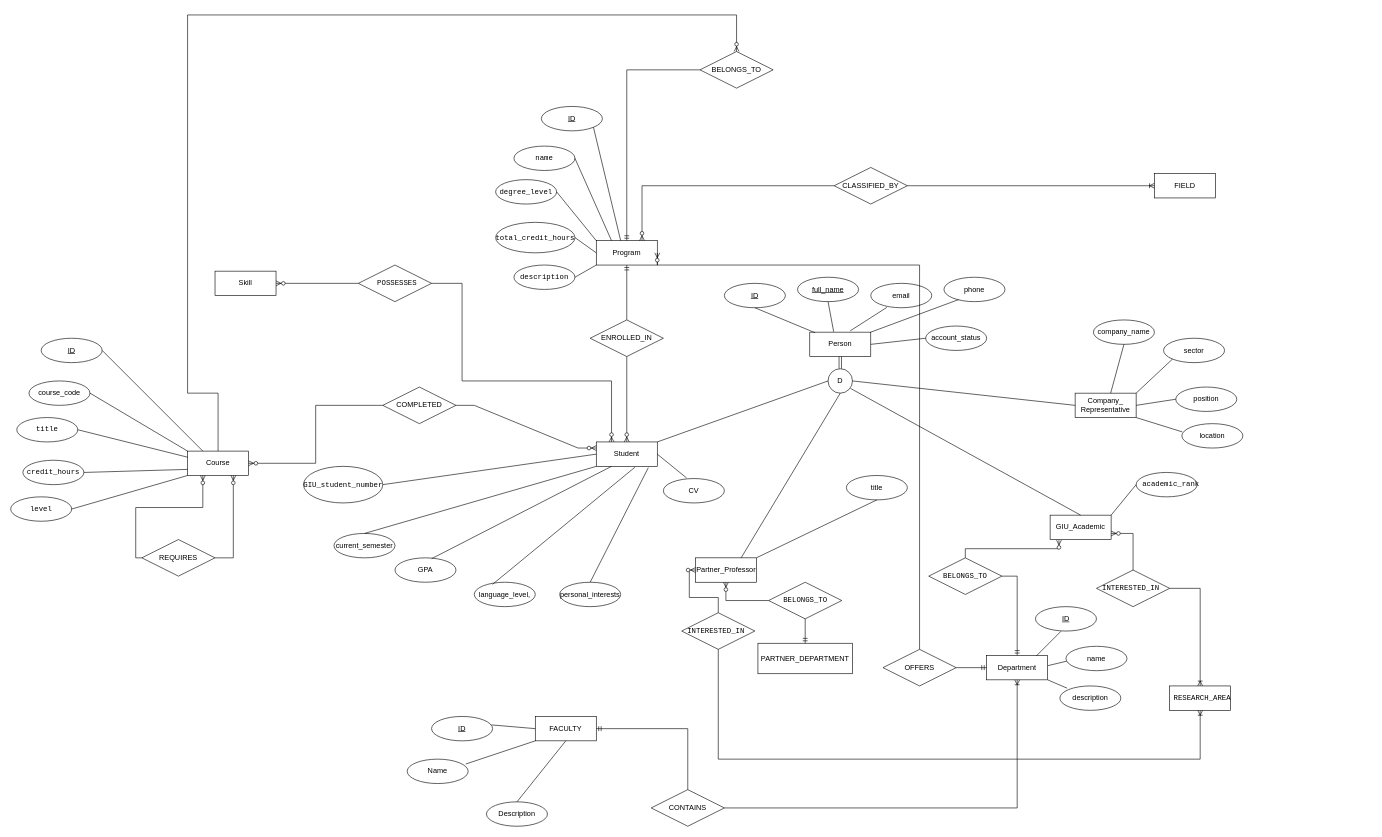
This is 01_People_Academic.drawio from kniveexe/giu-germany-connect, a draw.io file, before an edit. Source tidied: cells renumbered, new cells numbered last; positions are measured from the earlier drawing's top-left corner, leaving out a move shared by most shapes. Both pictures are drawn from the tidied source at 61%, with x=0, y=0 at pixel (10, 15).
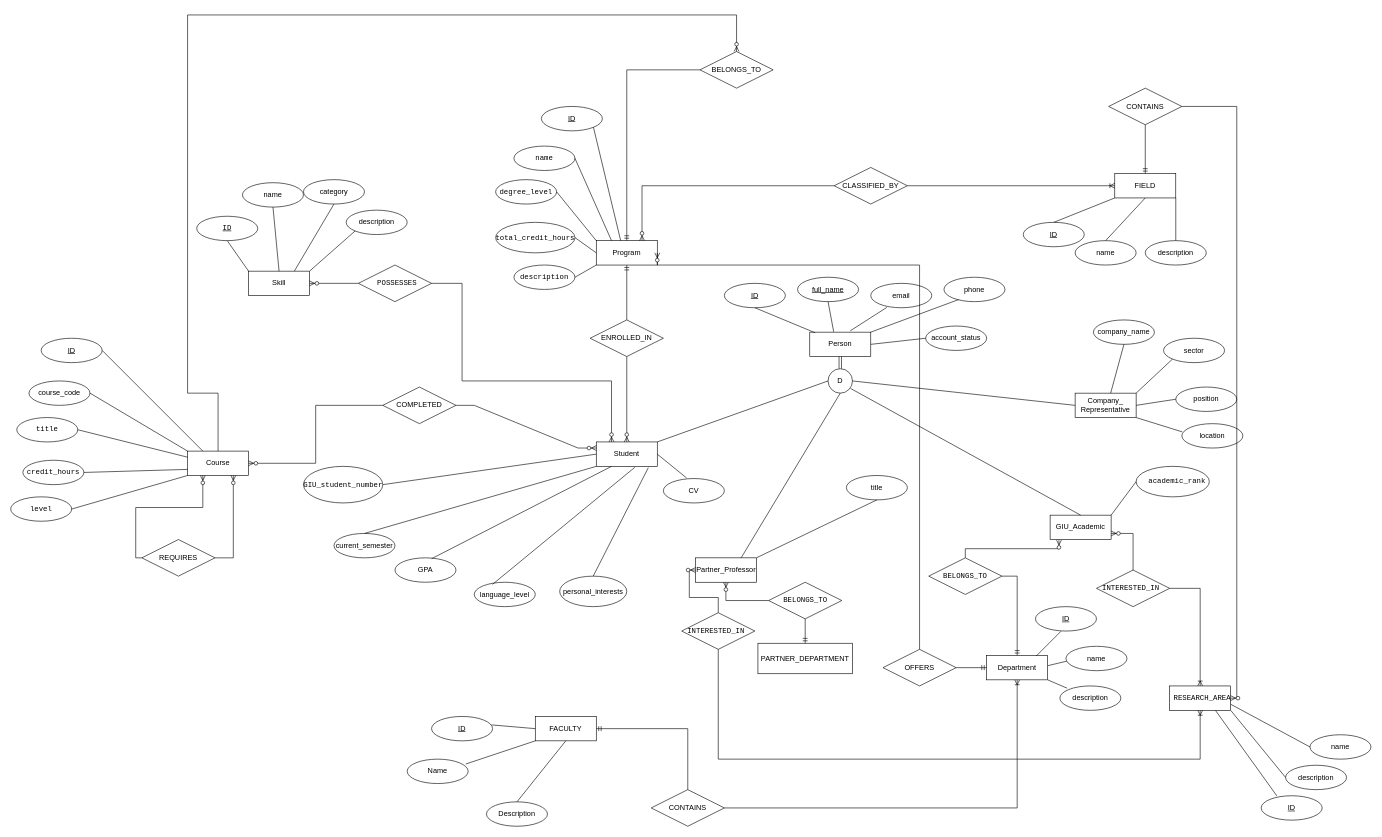
After the change.

Unchanged cells that the change refers to:
```xml
<mxCell id="53" value="&lt;pre dir=&quot;ltr&quot;&gt;&lt;code&gt; RESEARCH_AREA&lt;/code&gt;&lt;/pre&gt;" style="whiteSpace=wrap;html=1;align=center;" parent="1" vertex="1">
  <mxGeometry x="1900" y="1100" width="100" height="40" as="geometry" />
</mxCell>
```

Diff of the diagram source:
```diff
@@
-    <mxCell id="25" value="language_level," style="ellipse;whiteSpace=wrap;html=1;align=center;" parent="1" vertex="1">
+    <mxCell id="25" value="language_level" style="ellipse;whiteSpace=wrap;html=1;align=center;" parent="1" vertex="1">
       <mxGeometry x="760" y="930" width="100" height="40" as="geometry" />
     </mxCell>
     <mxCell id="26" value="personal_interests" style="ellipse;whiteSpace=wrap;html=1;align=center;" parent="1" vertex="1">
-      <mxGeometry x="900" y="930" width="100" height="40" as="geometry" />
+      <mxGeometry x="900" y="920" width="110" height="50" as="geometry" />
     </mxCell>
@@
     <mxCell id="35" value="Skill" style="whiteSpace=wrap;html=1;align=center;" parent="1" vertex="1">
-      <mxGeometry x="335" y="420" width="100" height="40" as="geometry" />
+      <mxGeometry x="390" y="420" width="100" height="40" as="geometry" />
     </mxCell>
@@
     <mxCell id="43" value="&lt;pre dir=&quot;ltr&quot;&gt;&lt;code&gt;  academic_rank&lt;/code&gt;&lt;/pre&gt;" style="ellipse;whiteSpace=wrap;html=1;align=center;" parent="1" vertex="1">
-      <mxGeometry x="1845" y="750" width="100" height="40" as="geometry" />
+      <mxGeometry x="1845" y="740" width="120" height="50" as="geometry" />
     </mxCell>
@@
     <mxCell id="95" value="FIELD" style="whiteSpace=wrap;html=1;align=center;" parent="1" vertex="1">
-      <mxGeometry x="1875" y="260" width="100" height="40" as="geometry" />
+      <mxGeometry x="1810" y="260" width="100" height="40" as="geometry" />
     </mxCell>
@@
+    <mxCell id="124" value="CONTAINS" style="shape=rhombus;perimeter=rhombusPerimeter;whiteSpace=wrap;html=1;align=center;" parent="1" vertex="1">
+      <mxGeometry x="1800" y="120" width="120" height="60" as="geometry" />
+    </mxCell>
+    <mxCell id="125" style="fontSize=12;html=1;endArrow=ERmandOne;rounded=0;entryX=0.5;entryY=0;entryDx=0;entryDy=0;exitX=0.5;exitY=1;exitDx=0;exitDy=0;" parent="1" edge="1" source="124" target="95">
+      <mxGeometry relative="1" as="geometry" />
+    </mxCell>
+    <mxCell id="126" value=" " style="fontSize=12;html=1;endArrow=ERzeroToMany;endFill=1;rounded=0;entryX=1;entryY=0.5;entryDx=0;entryDy=0;edgeStyle=orthogonalEdgeStyle;exitX=1;exitY=0.5;exitDx=0;exitDy=0;" parent="1" edge="1" source="124" target="53">
+      <mxGeometry relative="1" as="geometry" />
+    </mxCell>
+    <mxCell id="127" value="name" style="ellipse;whiteSpace=wrap;html=1;align=center;" parent="1" vertex="1">
+      <mxGeometry x="2130" y="1180" width="100" height="40" as="geometry" />
+    </mxCell>
+    <mxCell id="128" value="description" style="ellipse;whiteSpace=wrap;html=1;align=center;" parent="1" vertex="1">
+      <mxGeometry x="2090" y="1230" width="100" height="40" as="geometry" />
+    </mxCell>
+    <mxCell id="129" value="ID" style="ellipse;whiteSpace=wrap;html=1;align=center;fontStyle=4;" parent="1" vertex="1">
+      <mxGeometry x="2050" y="1280" width="100" height="40" as="geometry" />
+    </mxCell>
+    <mxCell id="130" style="endArrow=none;html=1;rounded=0;entryX=0.257;entryY=0.006;entryDx=0;entryDy=0;entryPerimeter=0;exitX=0.75;exitY=1;exitDx=0;exitDy=0;" parent="1" edge="1" source="53" target="129">
+      <mxGeometry relative="1" as="geometry" />
+    </mxCell>
+    <mxCell id="131" style="endArrow=none;html=1;rounded=0;entryX=0;entryY=0.5;entryDx=0;entryDy=0;exitX=1;exitY=1;exitDx=0;exitDy=0;" parent="1" edge="1" source="53" target="128">
+      <mxGeometry relative="1" as="geometry" />
+    </mxCell>
+    <mxCell id="132" style="endArrow=none;html=1;rounded=0;entryX=0;entryY=0.5;entryDx=0;entryDy=0;exitX=1;exitY=0.75;exitDx=0;exitDy=0;" parent="1" edge="1" source="53" target="127">
+      <mxGeometry relative="1" as="geometry" />
+    </mxCell>
+    <mxCell id="133" value="&lt;pre dir=&quot;ltr&quot;&gt;&lt;code&gt;ID&lt;/code&gt;&lt;/pre&gt;" style="ellipse;whiteSpace=wrap;html=1;align=center;fontStyle=4;" parent="1" vertex="1">
+      <mxGeometry x="305" y="330" width="100" height="40" as="geometry" />
+    </mxCell>
+    <mxCell id="134" value="description" style="ellipse;whiteSpace=wrap;html=1;align=center;" parent="1" vertex="1">
+      <mxGeometry x="550" y="320" width="100" height="40" as="geometry" />
+    </mxCell>
+    <mxCell id="135" value="category" style="ellipse;whiteSpace=wrap;html=1;align=center;" parent="1" vertex="1">
+      <mxGeometry x="480" y="270" width="100" height="40" as="geometry" />
+    </mxCell>
+    <mxCell id="136" value="name" style="ellipse;whiteSpace=wrap;html=1;align=center;" parent="1" vertex="1">
+      <mxGeometry x="380" y="275" width="100" height="40" as="geometry" />
+    </mxCell>
+    <mxCell id="137" style="endArrow=none;html=1;rounded=0;exitX=0.5;exitY=1;exitDx=0;exitDy=0;entryX=0;entryY=0;entryDx=0;entryDy=0;" parent="1" edge="1" source="133" target="35">
+      <mxGeometry relative="1" as="geometry" />
+    </mxCell>
+    <mxCell id="138" style="endArrow=none;html=1;rounded=0;exitX=0.5;exitY=1;exitDx=0;exitDy=0;entryX=0.5;entryY=0;entryDx=0;entryDy=0;" parent="1" edge="1" source="136" target="35">
+      <mxGeometry relative="1" as="geometry" />
+    </mxCell>
+    <mxCell id="139" style="endArrow=none;html=1;rounded=0;exitX=0.5;exitY=1;exitDx=0;exitDy=0;entryX=0.75;entryY=0;entryDx=0;entryDy=0;" parent="1" edge="1" source="135" target="35">
+      <mxGeometry relative="1" as="geometry" />
+    </mxCell>
+    <mxCell id="140" style="endArrow=none;html=1;rounded=0;exitX=0;exitY=1;exitDx=0;exitDy=0;entryX=1;entryY=0;entryDx=0;entryDy=0;" parent="1" edge="1" source="134" target="35">
+      <mxGeometry relative="1" as="geometry" />
+    </mxCell>
+    <mxCell id="141" value="ID" style="ellipse;whiteSpace=wrap;html=1;align=center;fontStyle=4;" parent="1" vertex="1">
+      <mxGeometry x="1660" y="340" width="100" height="40" as="geometry" />
+    </mxCell>
+    <mxCell id="142" value="name" style="ellipse;whiteSpace=wrap;html=1;align=center;" parent="1" vertex="1">
+      <mxGeometry x="1745" y="370" width="100" height="40" as="geometry" />
+    </mxCell>
+    <mxCell id="143" value="description" style="ellipse;whiteSpace=wrap;html=1;align=center;" parent="1" vertex="1">
+      <mxGeometry x="1860" y="370" width="100" height="40" as="geometry" />
+    </mxCell>
+    <mxCell id="144" style="endArrow=none;html=1;rounded=0;entryX=0;entryY=1;entryDx=0;entryDy=0;exitX=0.5;exitY=0;exitDx=0;exitDy=0;" parent="1" edge="1" source="141" target="95">
+      <mxGeometry relative="1" as="geometry" />
+    </mxCell>
+    <mxCell id="145" style="endArrow=none;html=1;rounded=0;entryX=0.5;entryY=1;entryDx=0;entryDy=0;exitX=0.5;exitY=0;exitDx=0;exitDy=0;" parent="1" edge="1" source="142" target="95">
+      <mxGeometry relative="1" as="geometry" />
+    </mxCell>
+    <mxCell id="146" style="endArrow=none;html=1;rounded=0;exitX=0.5;exitY=0;exitDx=0;exitDy=0;entryX=1;entryY=1;entryDx=0;entryDy=0;" parent="1" edge="1" source="143" target="95">
+      <mxGeometry relative="1" as="geometry" />
+    </mxCell>
```
